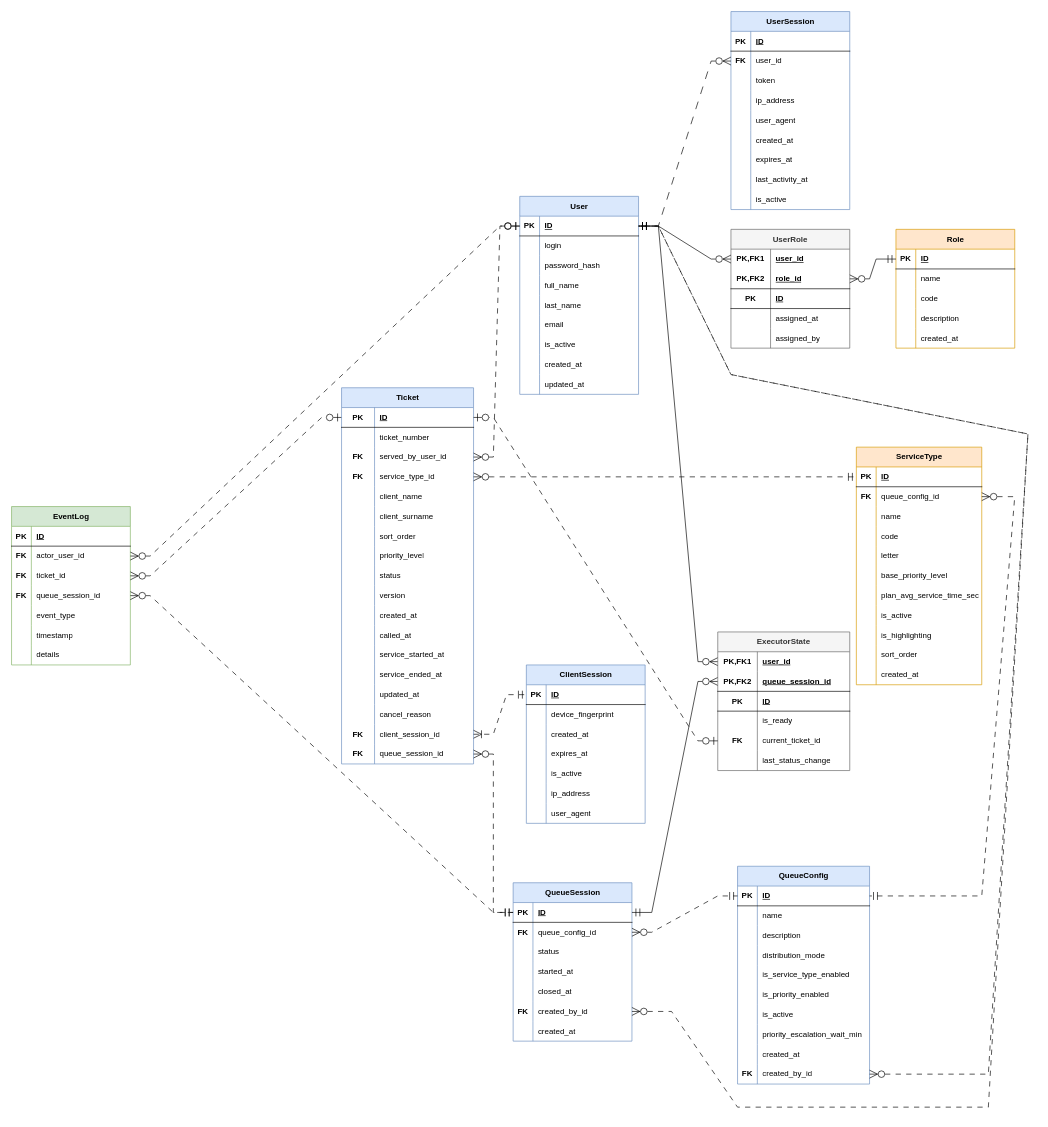
This is docs/explanation/diagrams/design/data/logical-data-model.drawio from DaL1ner/virtual_queue_management_system, a draw.io file, before an edit. Source tidied: cells renumbered, new cells numbered last; positions are measured from the earlier drawing's top-left corner, leaving out a move shared by most shapes. Both pictures are drawn from the tidied source at 66%, with x=0, y=0 at pixel (11, 11).
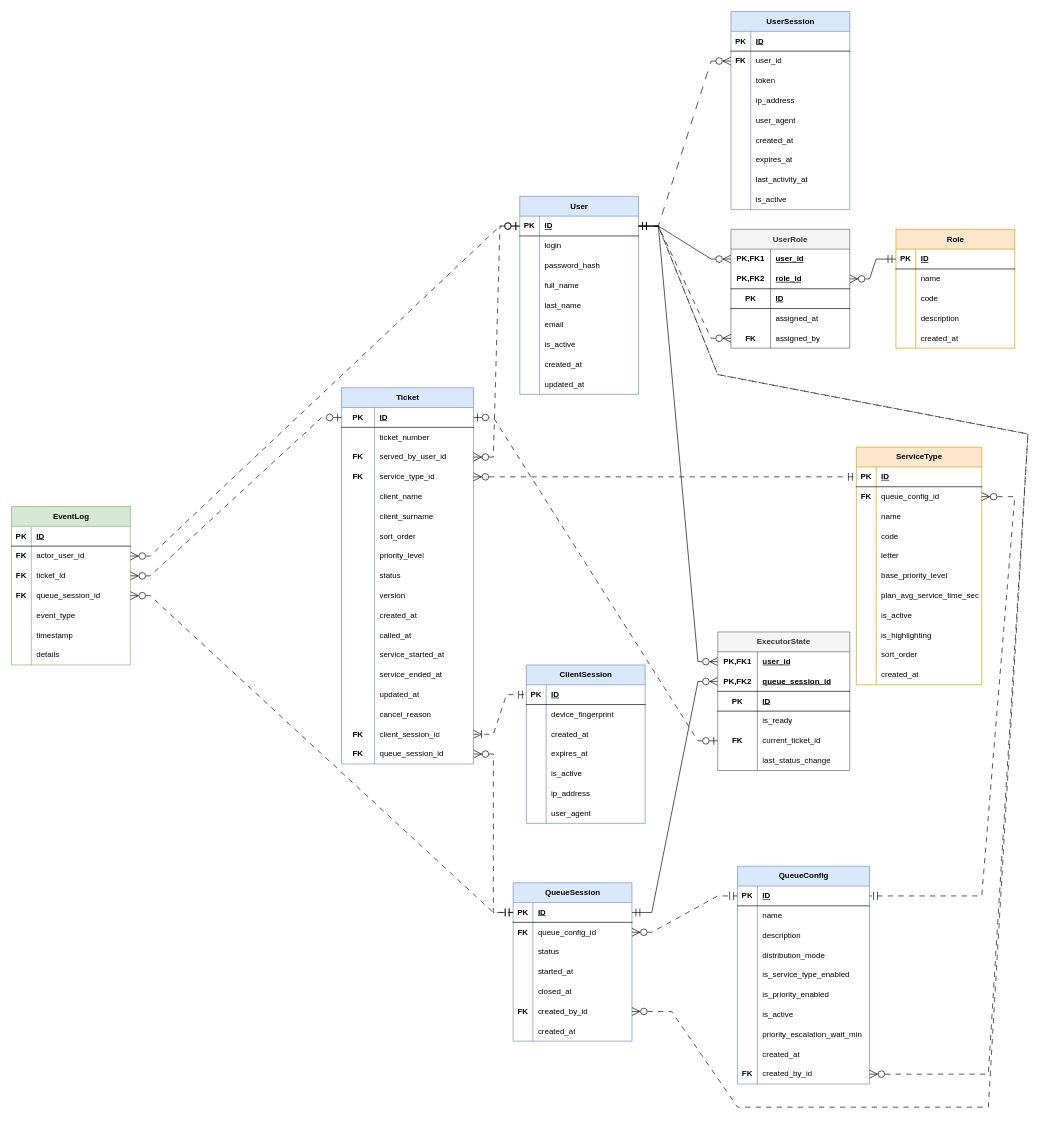
The same page after the edit.

Commit message (it also covers changes not shown here):
Незначительные изменения в документации - Исправление описания компонентов в словаре - Исправление отображения одной связи в схеме логической модели данных - Работа над итоговой презентацией

The change refers to these unchanged cells:
```xml
<mxCell id="3" style="shape=tableRow;horizontal=0;startSize=0;swimlaneHead=0;swimlaneBody=0;fillColor=none;points=[[0,0.5],[1,0.5]];portConstraint=eastwest;top=0;left=0;right=0;bottom=1;" parent="2" vertex="1">
  <mxGeometry y="30" width="180" height="30" as="geometry" />
</mxCell>
<mxCell id="59" style="shape=tableRow;horizontal=0;startSize=0;swimlaneHead=0;swimlaneBody=0;fillColor=none;points=[[0,0.5],[1,0.5]];portConstraint=eastwest;top=0;left=0;right=0;bottom=0;html=1;" parent="46" vertex="1">
  <mxGeometry y="150" width="180" height="30" as="geometry" />
</mxCell>
<mxCell id="90" style="shape=tableRow;horizontal=0;startSize=0;swimlaneHead=0;swimlaneBody=0;fillColor=none;points=[[0,0.5],[1,0.5]];portConstraint=eastwest;top=0;left=0;right=0;bottom=0;" parent="62" vertex="1">
  <mxGeometry y="300" width="200" height="30" as="geometry" />
</mxCell>
<mxCell id="109" style="shape=tableRow;horizontal=0;startSize=0;swimlaneHead=0;swimlaneBody=0;fillColor=none;points=[[0,0.5],[1,0.5]];portConstraint=eastwest;top=0;left=0;right=0;bottom=0;" parent="93" vertex="1">
  <mxGeometry y="180" width="180" height="30" as="geometry" />
</mxCell>
```

What changed in the source:
```diff
@@
-    <mxCell id="60" style="shape=partialRectangle;fillColor=none;top=0;left=0;bottom=0;right=0;overflow=hidden;html=1;whiteSpace=wrap;" parent="59" vertex="1">
+    <mxCell id="60" value="&lt;span style=&quot;font-weight: 700;&quot;&gt;FK&lt;/span&gt;" style="shape=partialRectangle;fillColor=none;top=0;left=0;bottom=0;right=0;overflow=hidden;html=1;whiteSpace=wrap;" parent="59" vertex="1">
       <mxGeometry width="60" height="30" as="geometry" />
     </mxCell>
@@
     <mxCell id="199" style="shape=connector;rounded=0;jettySize=auto;html=1;exitX=1;exitY=0.5;exitDx=0;exitDy=0;entryX=1;entryY=0.5;entryDx=0;entryDy=0;strokeColor=default;align=center;verticalAlign=middle;fontFamily=Helvetica;fontSize=11;fontColor=default;labelBackgroundColor=default;startArrow=ERzeroToMany;startFill=0;startSize=10;endArrow=ERmandOne;endFill=0;endSize=10;dashed=1;dashPattern=8 8;" parent="1" edge="1" source="90" target="3">
       <mxGeometry relative="1" as="geometry">
         <Array as="points">
           <mxPoint x="1480" y="1610" />
           <mxPoint x="1540" y="640" />
-          <mxPoint x="1090" y="550" />
+          <mxPoint x="1070" y="550" />
           <mxPoint x="980" y="325" />
         </Array>
       </mxGeometry>
     </mxCell>
@@
     <mxCell id="282" style="rounded=0;jettySize=auto;html=1;exitX=1;exitY=0.5;exitDx=0;exitDy=0;entryX=1;entryY=0.5;entryDx=0;entryDy=0;dashed=1;dashPattern=8 8;strokeColor=default;align=center;verticalAlign=middle;fontFamily=Helvetica;fontSize=11;fontColor=default;labelBackgroundColor=default;startArrow=ERzeroToMany;startFill=0;startSize=10;endArrow=ERmandOne;endFill=0;endSize=10;" parent="1" edge="1" source="109" target="3">
       <mxGeometry relative="1" as="geometry">
         <Array as="points">
           <mxPoint x="1000" y="1515" />
           <mxPoint x="1100" y="1660" />
           <mxPoint x="1480" y="1660" />
           <mxPoint x="1540" y="640" />
-          <mxPoint x="1090" y="550" />
+          <mxPoint x="1070" y="550" />
           <mxPoint x="980" y="325" />
         </Array>
       </mxGeometry>
     </mxCell>
@@
+    <mxCell id="312" style="edgeStyle=entityRelationEdgeStyle;shape=connector;rounded=0;jettySize=auto;html=1;exitX=0;exitY=0.5;exitDx=0;exitDy=0;entryX=1;entryY=0.5;entryDx=0;entryDy=0;strokeColor=default;align=center;verticalAlign=middle;fontFamily=Helvetica;fontSize=11;fontColor=default;labelBackgroundColor=default;startArrow=ERzeroToMany;startFill=0;startSize=10;endArrow=ERmandOne;endFill=0;endSize=10;dashed=1;dashPattern=8 8;" parent="1" edge="1" source="59" target="3">
+      <mxGeometry relative="1" as="geometry" />
+    </mxCell>
```
